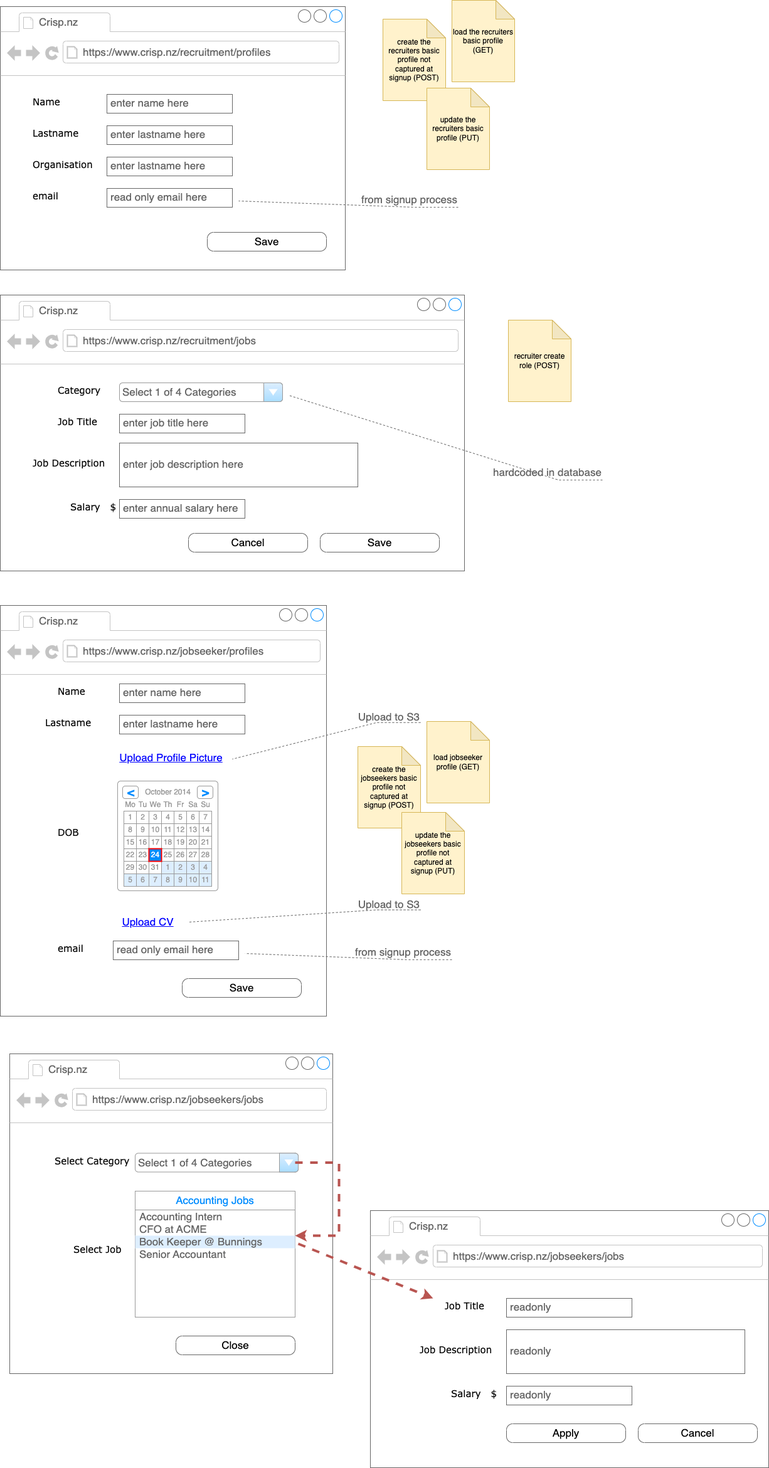
tommcamm/aut-crisp keeps this draw.io diagram as docs/high level design/crisp-ui.drawio.png. Above is the earlier version. Source tidied: cells renumbered, new cells last; positions are measured from the earlier drawing's top-left corner, leaving out a move shared by most shapes.
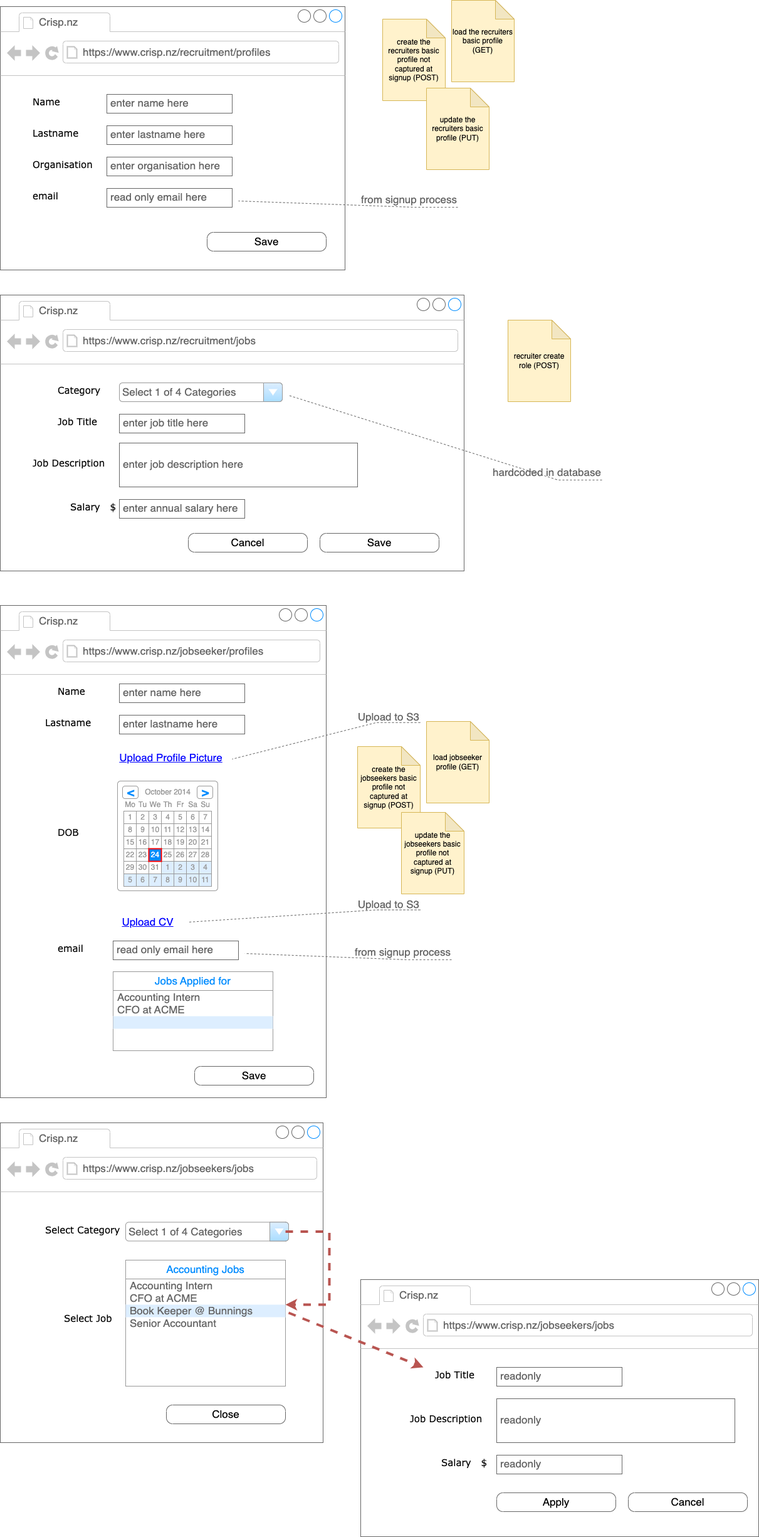
The same diagram one commit later.

Commit message:
minor adjustments to jobseeker profile - added jobs applied for

Diff of the diagram source:
```diff
@@ -29,7 +29,7 @@
     <mxCell id="10" value="Organisation" style="text;html=1;align=left;verticalAlign=top;spacingTop=-4;fontSize=15;fontFamily=Verdana;" parent="2" vertex="1">
       <mxGeometry x="50" y="240" width="170" height="30" as="geometry" />
     </mxCell>
-    <mxCell id="11" value="enter lastname here" style="strokeWidth=1;shadow=0;dashed=0;align=center;html=1;shape=mxgraph.mockup.text.textBox;fontColor=#666666;align=left;fontSize=17;spacingLeft=4;spacingTop=-3;whiteSpace=wrap;strokeColor=#666666;mainText=;" parent="2" vertex="1">
+    <mxCell id="11" value="enter organisation here" style="strokeWidth=1;shadow=0;dashed=0;align=center;html=1;shape=mxgraph.mockup.text.textBox;fontColor=#666666;align=left;fontSize=17;spacingLeft=4;spacingTop=-3;whiteSpace=wrap;strokeColor=#666666;mainText=;" parent="2" vertex="1">
       <mxGeometry x="170" y="240" width="200" height="30" as="geometry" />
     </mxCell>
     <mxCell id="12" value="email" style="text;html=1;align=left;verticalAlign=top;spacingTop=-4;fontSize=15;fontFamily=Verdana;" parent="2" vertex="1">
@@ -78,7 +78,7 @@
       <mxGeometry x="300" y="380" width="190" height="30" as="geometry" />
     </mxCell>
     <mxCell id="27" style="strokeWidth=1;shadow=0;dashed=0;align=center;html=1;shape=mxgraph.mockup.containers.browserWindow;rSize=0;strokeColor=#666666;mainText=,;rounded=0;labelBackgroundColor=none;fontFamily=Verdana;fontSize=12;" parent="1" vertex="1">
-      <mxGeometry y="965" width="520" height="655" as="geometry" />
+      <mxGeometry y="965" width="520" height="785" as="geometry" />
     </mxCell>
     <mxCell id="28" value="Crisp.nz" style="strokeWidth=1;shadow=0;dashed=0;align=center;html=1;shape=mxgraph.mockup.containers.anchor;fontSize=17;fontColor=#666666;align=left;" parent="27" vertex="1">
       <mxGeometry x="60" y="12" width="110" height="26" as="geometry" />
@@ -267,7 +267,7 @@
       <mxGeometry x="197" y="227.5" width="150" height="30" as="geometry" />
     </mxCell>
     <mxCell id="90" value="Save" style="strokeWidth=1;shadow=0;dashed=0;align=center;html=1;shape=mxgraph.mockup.buttons.button;strokeColor=#666666;mainText=;buttonStyle=round;fontSize=17;fontStyle=0;fillColor=none;whiteSpace=wrap;rounded=0;labelBackgroundColor=none;" parent="27" vertex="1">
-      <mxGeometry x="290" y="595" width="190" height="30" as="geometry" />
+      <mxGeometry x="310" y="735" width="190" height="30" as="geometry" />
     </mxCell>
     <mxCell id="91" value="email" style="text;html=1;align=left;verticalAlign=top;spacingTop=-4;fontSize=15;fontFamily=Verdana;" parent="27" vertex="1">
       <mxGeometry x="90" y="535" width="170" height="30" as="geometry" />
@@ -278,6 +278,34 @@
     <mxCell id="93" value="from signup process" style="strokeWidth=1;shadow=0;dashed=1;align=center;html=1;shape=mxgraph.mockup.text.callout;linkText=;textSize=17;textColor=#666666;callDir=SE;callStyle=line;fontSize=17;fontColor=#666666;align=right;verticalAlign=bottom;strokeColor=#666666;" parent="27" vertex="1">
       <mxGeometry x="390" y="555" width="330" height="10" as="geometry" />
     </mxCell>
+    <mxCell id="131" style="strokeWidth=1;shadow=0;dashed=0;align=center;html=1;shape=mxgraph.mockup.forms.rrect;rSize=0;strokeColor=#999999;fillColor=#ffffff;" parent="27" vertex="1">
+      <mxGeometry x="180" y="585" width="255" height="125" as="geometry" />
+    </mxCell>
+    <mxCell id="132" value="Jobs Applied for" style="strokeWidth=1;shadow=0;dashed=0;align=center;html=1;shape=mxgraph.mockup.forms.rrect;rSize=0;strokeColor=#999999;fontColor=#008cff;fontSize=17;fillColor=#ffffff;whiteSpace=wrap;" parent="131" vertex="1">
+      <mxGeometry width="255" height="30" relative="1" as="geometry">
+        <mxPoint y="-1" as="offset" />
+      </mxGeometry>
+    </mxCell>
+    <mxCell id="133" value="Accounting Intern" style="strokeWidth=1;shadow=0;dashed=0;align=center;html=1;shape=mxgraph.mockup.forms.anchor;fontSize=17;fontColor=#666666;align=left;spacingLeft=5;whiteSpace=wrap;" parent="131" vertex="1">
+      <mxGeometry width="255" height="20" relative="1" as="geometry">
+        <mxPoint y="30" as="offset" />
+      </mxGeometry>
+    </mxCell>
+    <mxCell id="134" value="CFO at ACME" style="strokeWidth=1;shadow=0;dashed=0;align=center;html=1;shape=mxgraph.mockup.forms.anchor;fontSize=17;fontColor=#666666;align=left;spacingLeft=5;whiteSpace=wrap;" parent="131" vertex="1">
+      <mxGeometry width="255" height="20" relative="1" as="geometry">
+        <mxPoint y="50" as="offset" />
+      </mxGeometry>
+    </mxCell>
+    <mxCell id="135" style="strokeWidth=1;shadow=0;dashed=0;align=center;html=1;shape=mxgraph.mockup.forms.rrect;rSize=0;fontSize=17;fontColor=#666666;align=left;spacingLeft=5;fillColor=#ddeeff;strokeColor=none;whiteSpace=wrap;" parent="131" vertex="1">
+      <mxGeometry width="255" height="20" relative="1" as="geometry">
+        <mxPoint y="70" as="offset" />
+      </mxGeometry>
+    </mxCell>
+    <mxCell id="136" style="strokeWidth=1;shadow=0;dashed=0;align=center;html=1;shape=mxgraph.mockup.forms.anchor;fontSize=17;fontColor=#666666;align=left;spacingLeft=5;whiteSpace=wrap;" parent="131" vertex="1">
+      <mxGeometry width="255" height="20" relative="1" as="geometry">
+        <mxPoint y="90" as="offset" />
+      </mxGeometry>
+    </mxCell>
     <mxCell id="94" value="from signup process" style="strokeWidth=1;shadow=0;dashed=1;align=center;html=1;shape=mxgraph.mockup.text.callout;linkText=;textSize=17;textColor=#666666;callDir=SE;callStyle=line;fontSize=17;fontColor=#666666;align=right;verticalAlign=bottom;strokeColor=#666666;" parent="1" vertex="1">
       <mxGeometry x="380" y="320" width="350" height="10" as="geometry" />
     </mxCell>
@@ -291,7 +319,7 @@
       <mxGeometry x="810" y="510" width="100" height="130" as="geometry" />
     </mxCell>
     <mxCell id="98" style="strokeWidth=1;shadow=0;dashed=0;align=center;html=1;shape=mxgraph.mockup.containers.browserWindow;rSize=0;strokeColor=#666666;mainText=,;rounded=0;labelBackgroundColor=none;fontFamily=Verdana;fontSize=12;" parent="1" vertex="1">
-      <mxGeometry x="590" y="1930" width="635" height="410" as="geometry" />
+      <mxGeometry x="575" y="2040" width="635" height="410" as="geometry" />
     </mxCell>
     <mxCell id="99" value="Crisp.nz" style="strokeWidth=1;shadow=0;dashed=0;align=center;html=1;shape=mxgraph.mockup.containers.anchor;fontSize=17;fontColor=#666666;align=left;" parent="98" vertex="1">
       <mxGeometry x="60" y="12" width="110" height="26" as="geometry" />
@@ -324,7 +352,7 @@
       <mxGeometry x="427" y="340" width="190" height="30" as="geometry" />
     </mxCell>
     <mxCell id="109" style="strokeWidth=1;shadow=0;dashed=0;align=center;html=1;shape=mxgraph.mockup.containers.browserWindow;rSize=0;strokeColor=#666666;mainText=,;rounded=0;labelBackgroundColor=none;fontFamily=Verdana;fontSize=12;" parent="1" vertex="1">
-      <mxGeometry x="15" y="1680" width="515" height="510" as="geometry" />
+      <mxGeometry y="1790" width="515" height="510" as="geometry" />
     </mxCell>
     <mxCell id="110" value="Crisp.nz" style="strokeWidth=1;shadow=0;dashed=0;align=center;html=1;shape=mxgraph.mockup.containers.anchor;fontSize=17;fontColor=#666666;align=left;" parent="109" vertex="1">
       <mxGeometry x="60" y="12" width="110" height="26" as="geometry" />
@@ -391,7 +419,7 @@
     </mxCell>
     <mxCell id="126" style="endArrow=classic;html=1;rounded=0;exitX=1.02;exitY=0.65;exitDx=0;exitDy=0;exitPerimeter=0;strokeWidth=4;dashed=1;fillColor=#f8cecc;strokeColor=#b85450;" parent="1" edge="1" source="119">
       <mxGeometry relative="1" as="geometry">
-        <mxPoint x="690" y="2070" as="targetPoint" />
+        <mxPoint x="675" y="2180" as="targetPoint" />
       </mxGeometry>
     </mxCell>
     <mxCell id="127" value="update the jobseekers basic profile not captured at signup (PUT)" style="shape=note;whiteSpace=wrap;html=1;backgroundOutline=1;darkOpacity=0.05;fillColor=#fff2cc;strokeColor=#d6b656;" parent="1" vertex="1">
```
